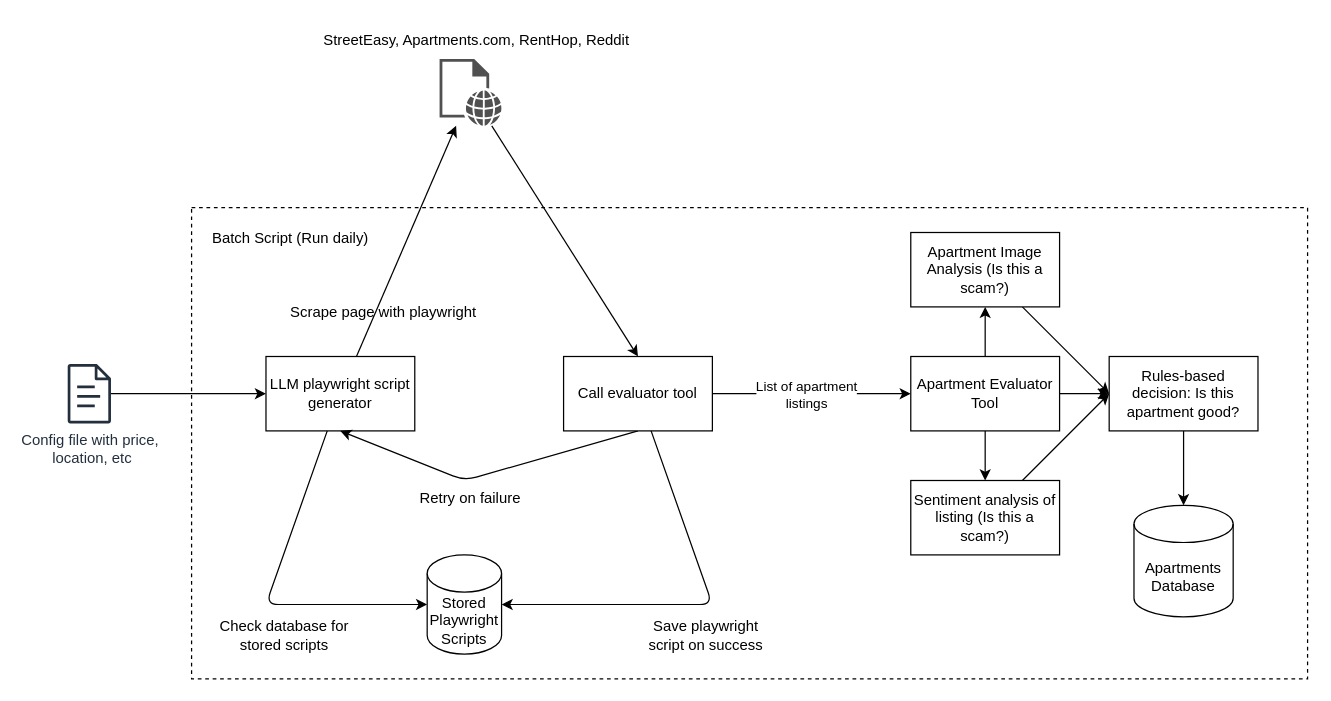
This is docs/architecture.drawio from GageWAnderson/broker-agent, a draw.io file, before an edit. Source tidied: cells renumbered, new cells numbered last; positions are measured from the earlier drawing's top-left corner, leaving out a move shared by most shapes. Both pictures are drawn from the tidied source at 124%, with x=0, y=0 at pixel (67, 21).
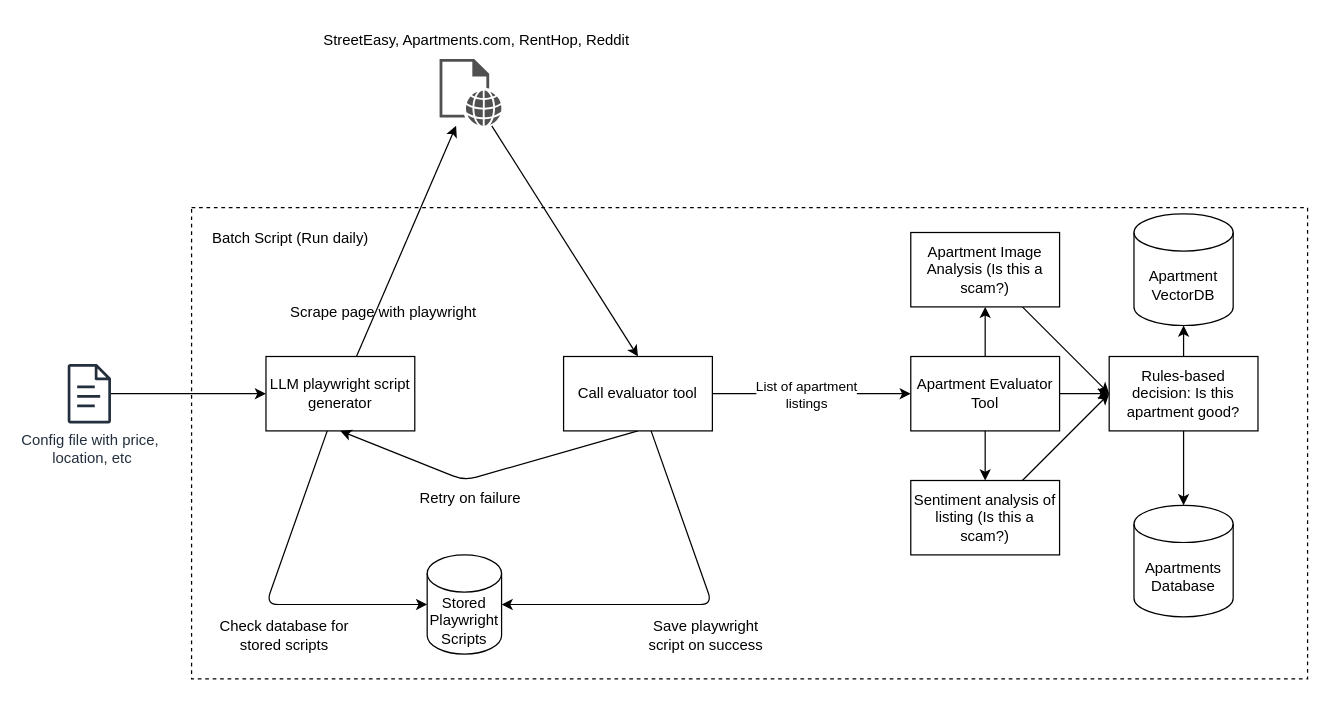
The same diagram, later.

Unchanged cells that the change refers to:
```xml
<mxCell id="29" value="Rules-based decision: Is this apartment good?" style="whiteSpace=wrap;html=1;" parent="1" vertex="1">
  <mxGeometry x="840" y="270" width="120" height="60" as="geometry" />
</mxCell>
```

Change to the diagram source:
```diff
@@
+    <mxCell id="33" style="edgeStyle=none;html=1;" parent="1" edge="1" source="29" target="34">
+      <mxGeometry relative="1" as="geometry" />
+    </mxCell>
@@
+    <mxCell id="34" value="Apartment VectorDB" style="shape=cylinder3;whiteSpace=wrap;html=1;boundedLbl=1;backgroundOutline=1;size=15;" parent="1" vertex="1">
+      <mxGeometry x="860" y="155" width="80" height="90" as="geometry" />
+    </mxCell>
```
